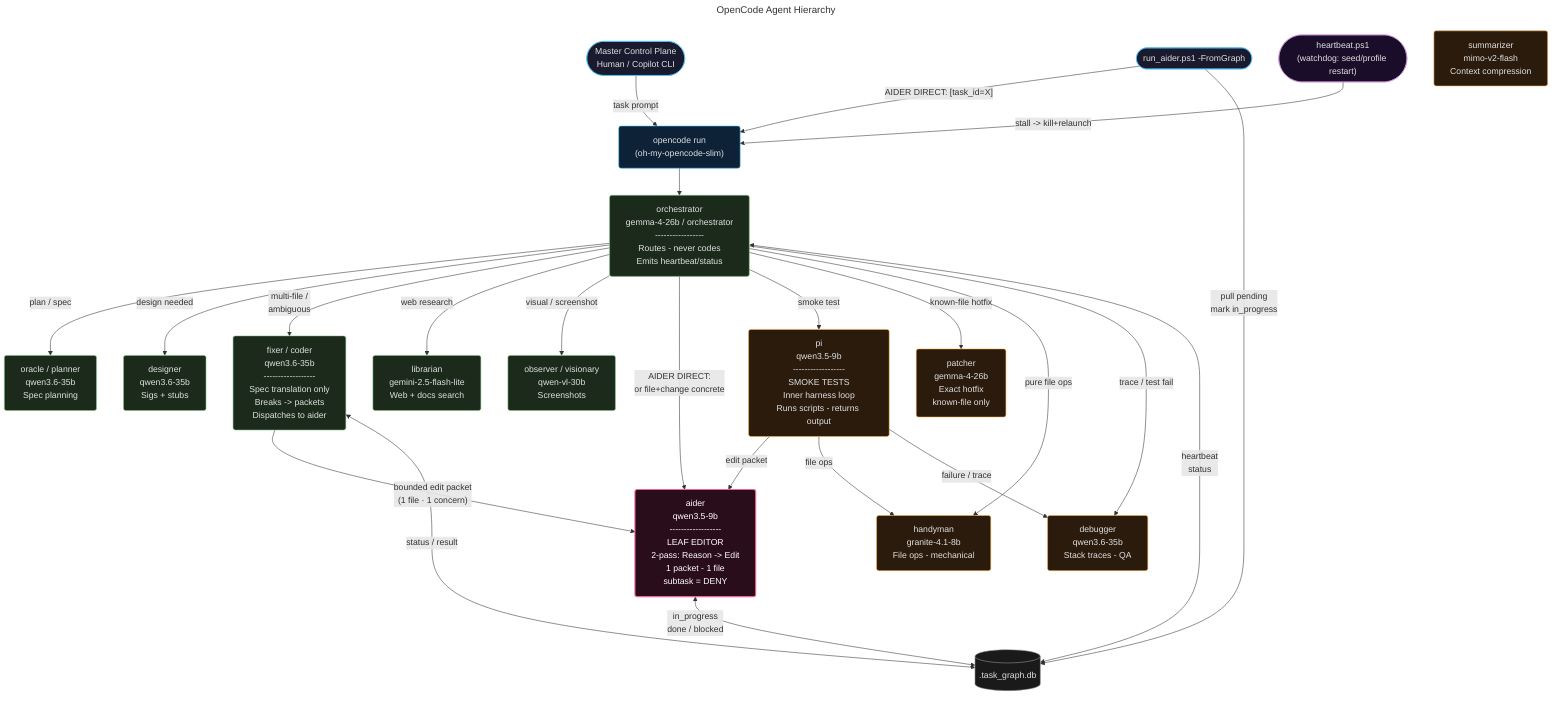
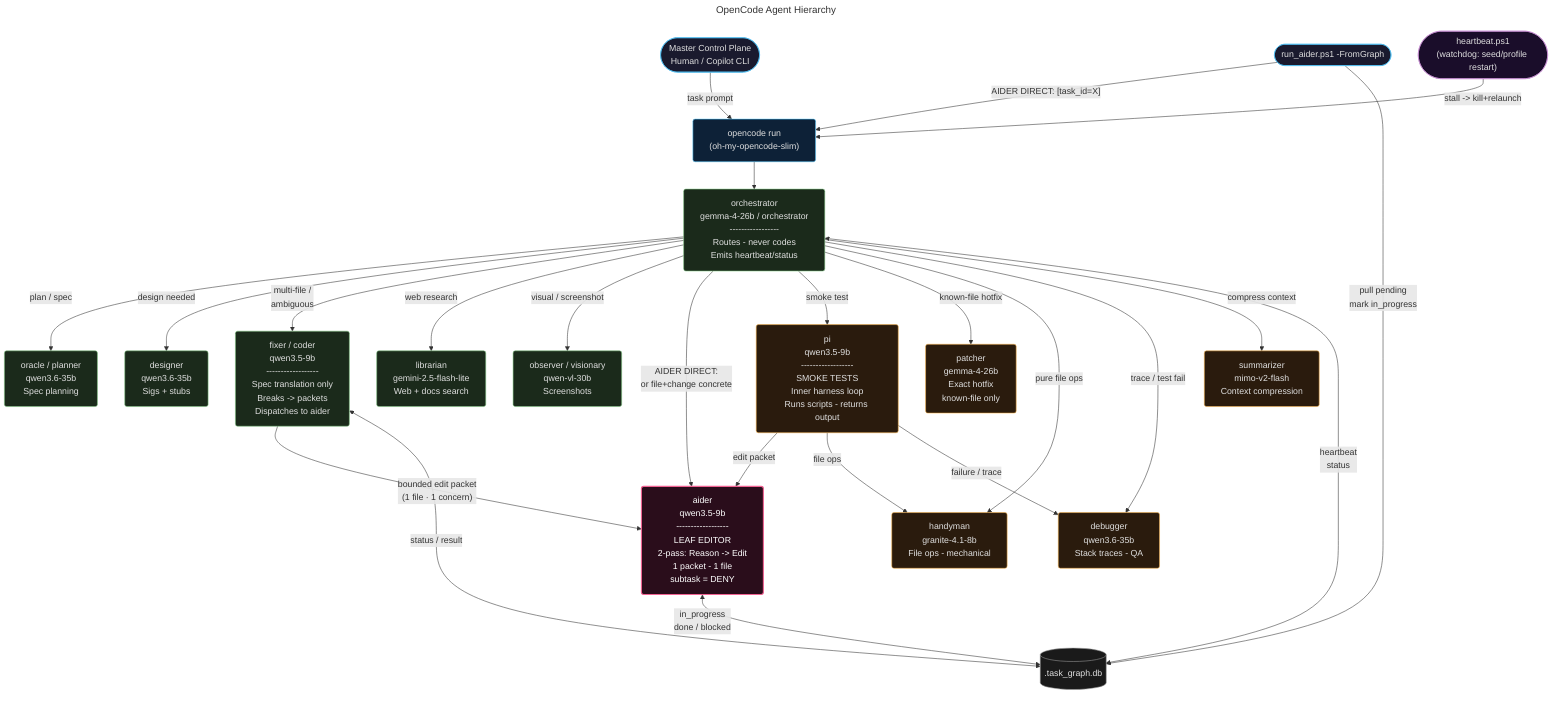
---
title: OpenCode Agent Hierarchy
---
flowchart TD
    %% ── Entry Points ──────────────────────────────────────────────
    HUMAN(["Master Control Plane\nHuman / Copilot CLI"])
    RAG(["run_aider.ps1 -FromGraph"])
    HB(["heartbeat.ps1\n(watchdog: seed/profile restart)"])
    DB[(".task_graph.db")]

    %% ── opencode shell ────────────────────────────────────────────
    OC["opencode run\n(oh-my-opencode-slim)"]

    %% ── Primary agents ────────────────────────────────────────────
    ORCH["orchestrator\ngemma-4-26b / orchestrator\n-----------------\nRoutes - never codes\nEmits heartbeat/status"]

    ORACLE["oracle / planner\nqwen3.6-35b\nSpec planning"]
    DESIGNER["designer\nqwen3.6-35b\nSigs + stubs"]
-     FIXER["fixer / coder\nqwen3.6-35b\n------------------\nSpec translation only\nBreaks -> packets\nDispatches to aider"]
+     FIXER["fixer / coder\nqwen3.5-9b\n------------------\nSpec translation only\nBreaks -> packets\nDispatches to aider"]
    LIBRARIAN["librarian\ngemini-2.5-flash-lite\nWeb + docs search"]
    OBSERVER["observer / visionary\nqwen-vl-30b\nScreenshots"]

    %% ── Subagents ─────────────────────────────────────────────────
    PI["pi\nqwen3.5-9b\n------------------\nSMOKE TESTS\nInner harness loop\nRuns scripts - returns output"]
    AIDER["aider\nqwen3.5-9b\n------------------\nLEAF EDITOR\n2-pass: Reason -> Edit\n1 packet - 1 file\nsubtask = DENY"]
    HANDYMAN["handyman\ngranite-4.1-8b\nFile ops - mechanical"]
    PATCHER["patcher\ngemma-4-26b\nExact hotfix\nknown-file only"]
    DEBUGGER["debugger\nqwen3.6-35b\nStack traces - QA"]
    SUMMARIZER["summarizer\nmimo-v2-flash\nContext compression"]

    %% ── Entry → shell ─────────────────────────────────────────────
    HUMAN -->|"task prompt"| OC
    RAG -->|"AIDER DIRECT: [task_id=X]"| OC
    HB -->|"stall -> kill+relaunch"| OC

    %% ── shell → orchestrator ──────────────────────────────────────
    OC --> ORCH

    %% ── orchestrator → primaries ──────────────────────────────────
    ORCH -->|"plan / spec"| ORACLE
    ORCH -->|"design needed"| DESIGNER
    ORCH -->|"multi-file /\nambiguous"| FIXER
    ORCH -->|"web research"| LIBRARIAN
    ORCH -->|"visual / screenshot"| OBSERVER

    %% ── orchestrator → subagents (direct shortcuts) ───────────────
    ORCH -->|"AIDER DIRECT:\nor file+change concrete"| AIDER
    ORCH -->|"smoke test"| PI
    ORCH -->|"known-file hotfix"| PATCHER
    ORCH -->|"pure file ops"| HANDYMAN
    ORCH -->|"trace / test fail"| DEBUGGER
+     ORCH -->|"compress context"| SUMMARIZER

    %% ── fixer → aider (packet chain) ─────────────────────────────
    FIXER -->|"bounded edit packet\n(1 file · 1 concern)"| AIDER

    %% ── pi internal routing ───────────────────────────────────────
    PI -->|"edit packet"| AIDER
    PI -->|"file ops"| HANDYMAN
    PI -->|"failure / trace"| DEBUGGER

    %% ── task graph wiring ─────────────────────────────────────────
    ORCH <-->|"heartbeat\nstatus"| DB
    FIXER <-->|"status / result"| DB
    AIDER <-->|"in_progress\ndone / blocked"| DB
    RAG -->|"pull pending\nmark in_progress"| DB

    %% ── styles ────────────────────────────────────────────────────
    classDef entry    fill:#1a1a2e,stroke:#4fc3f7,color:#e0e0e0,rx:8
    classDef shell    fill:#0d2137,stroke:#4fc3f7,color:#e0e0e0,rx:4
    classDef primary  fill:#1b2a1b,stroke:#81c784,color:#e0e0e0,rx:4
    classDef subagent fill:#2a1b0d,stroke:#ffb74d,color:#e0e0e0,rx:4
    classDef leaf     fill:#2a0d1b,stroke:#f06292,color:#ffffff,rx:4,stroke-width:2px
    classDef db       fill:#1a1a1a,stroke:#9e9e9e,color:#e0e0e0
    classDef watchdog fill:#1a0d2a,stroke:#ce93d8,color:#e0e0e0,rx:8

    class HUMAN,RAG entry
    class HB watchdog
    class OC shell
    class ORCH,ORACLE,DESIGNER,FIXER,LIBRARIAN,OBSERVER primary
    class PI,HANDYMAN,PATCHER,DEBUGGER,SUMMARIZER subagent
    class AIDER leaf
    class DB db
